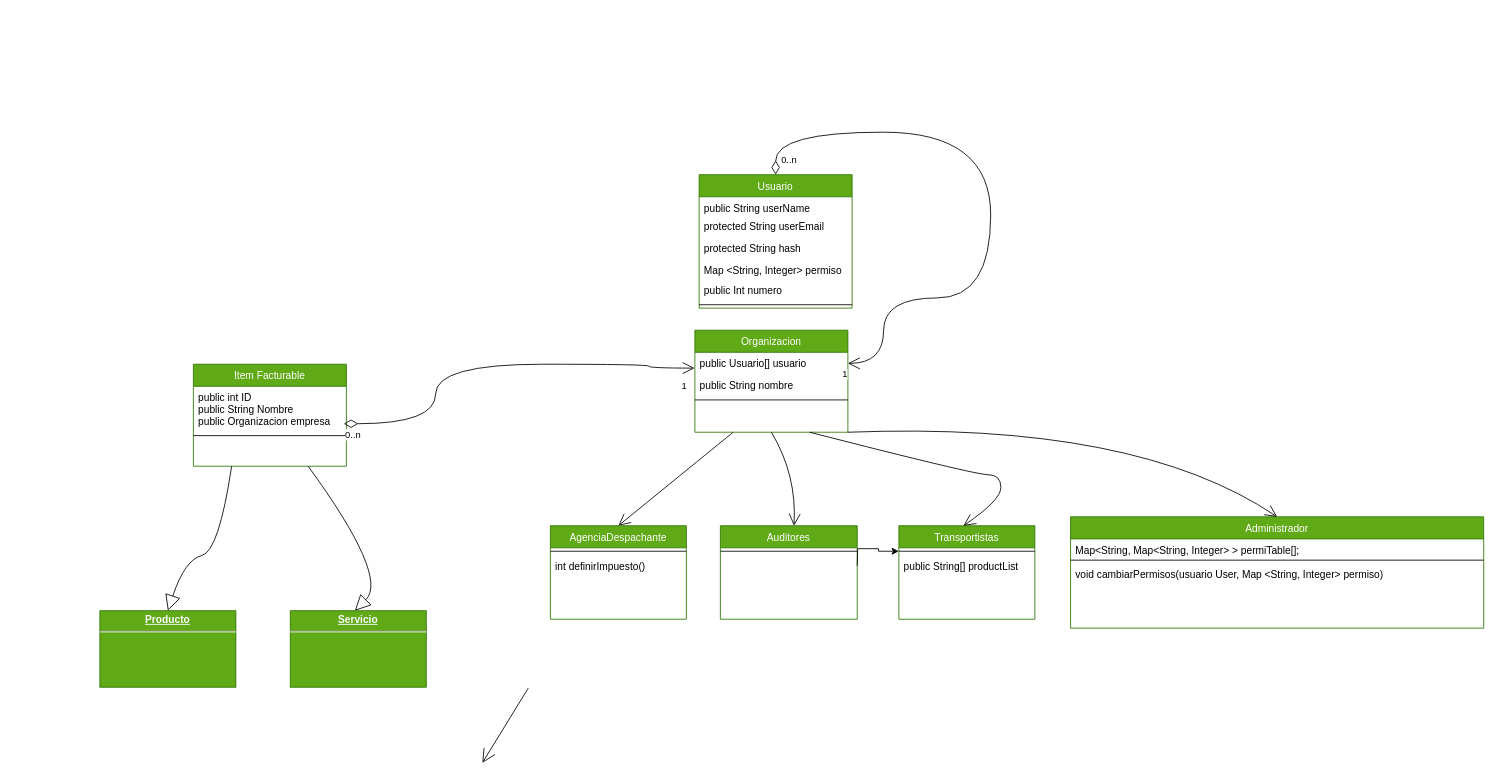
The draw.io diagram Diagram.drawio in CTroya/lp3-java-rest-backend, before the edit. Source tidied: cells renumbered, new cells numbered last; positions are measured from the earlier drawing's top-left corner, leaving out a move shared by most shapes. Both pictures are drawn from the tidied source at 85%, with x=0, y=0 at pixel (99, 132).
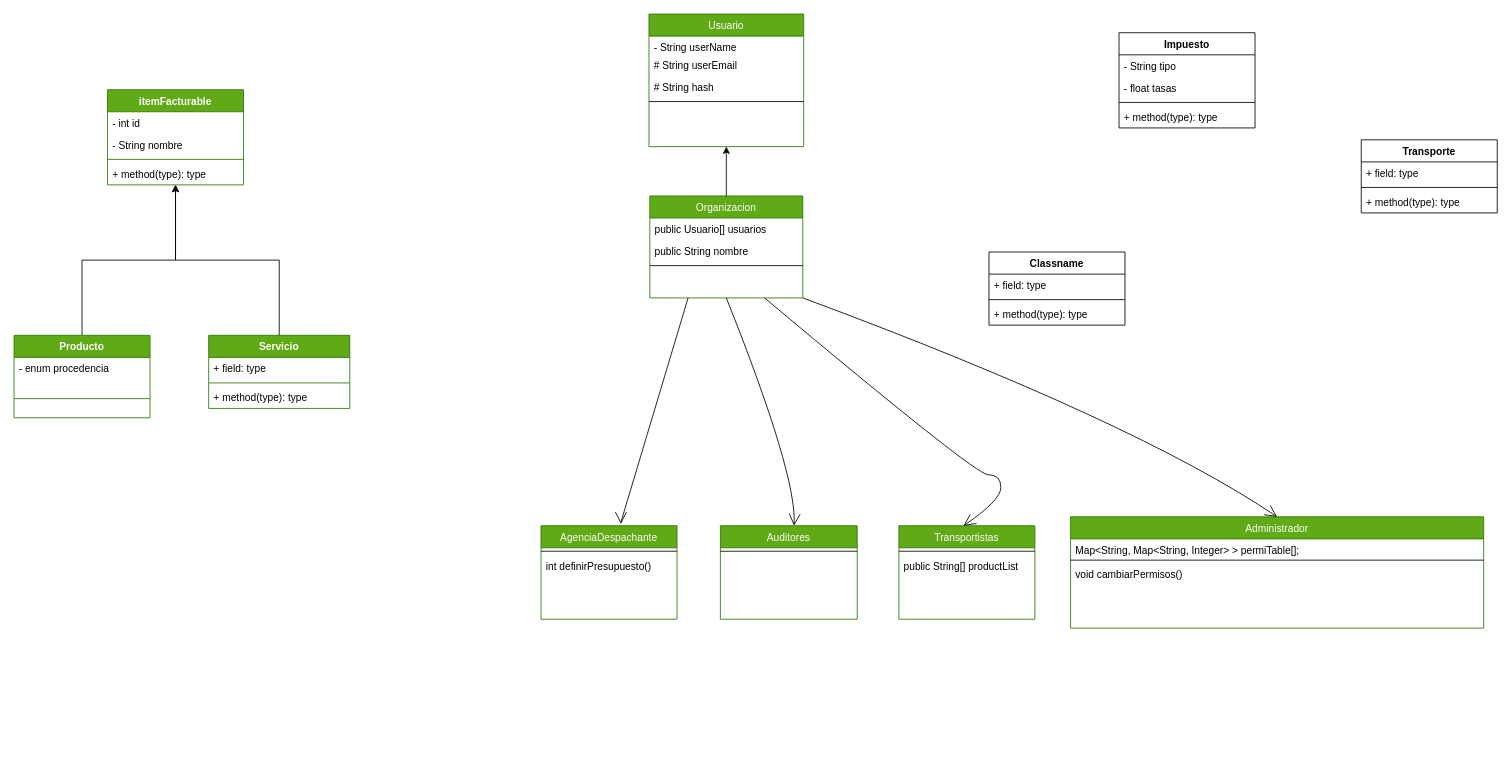
The same diagram, later.

Unchanged cells that the change refers to:
```xml
<mxCell id="31" style="line;html=1;strokeWidth=1;align=left;verticalAlign=middle;spacingTop=-1;spacingLeft=3;spacingRight=3;labelPosition=right;points=[];portConstraint=eastwest;" parent="30" vertex="1">
  <mxGeometry y="26" width="160" height="8" as="geometry" />
</mxCell>
<mxCell id="37" value="Administrador" style="swimlane;fontStyle=0;align=center;verticalAlign=top;horizontal=1;startSize=26;rounded=0;shadow=0;strokeWidth=1;fillColor=#60a917;strokeColor=#2D7600;fontColor=#ffffff;" parent="1" vertex="1">
  <mxGeometry x="1142" y="452.5" width="486" height="131" as="geometry" />
</mxCell>
```

Change to the diagram source:
```diff
@@
-    <mxCell id="2" value="Item Facturable" style="swimlane;fontStyle=0;align=center;verticalAlign=top;horizontal=1;startSize=26;rounded=0;shadow=0;strokeWidth=1;fillColor=#60a917;strokeColor=#2D7600;fontColor=#ffffff;" parent="1" vertex="1">
-      <mxGeometry x="110" y="273" width="180" height="120" as="geometry" />
-    </mxCell>
-    <mxCell id="3" value="public int ID&#10;public String Nombre &#10;public Organizacion empresa" style="text;align=left;verticalAlign=top;spacingLeft=4;spacingRight=4;overflow=hidden;rounded=0;shadow=0;html=0;" parent="2" vertex="1">
-      <mxGeometry y="26" width="180" height="54" as="geometry" />
-    </mxCell>
-    <mxCell id="4" style="line;html=1;strokeWidth=1;align=left;verticalAlign=middle;spacingTop=-1;spacingLeft=3;spacingRight=3;labelPosition=right;" parent="2" vertex="1">
-      <mxGeometry y="80" width="180" height="8" as="geometry" />
-    </mxCell>
-    <mxCell id="5" style="endArrow=block;endSize=16;endFill=0;html=1;rounded=0;sourcePerimeterSpacing=8;targetPerimeterSpacing=8;curved=1;entryX=0.475;entryY=0;entryDx=0;entryDy=0;entryPerimeter=0;exitX=0.75;exitY=1;exitDx=0;exitDy=0;" parent="1" edge="1" source="2" target="8">
-      <mxGeometry x="-0.19" y="-1" relative="1" as="geometry">
-        <Array as="points">
-          <mxPoint x="340" y="523" />
-        </Array>
-      </mxGeometry>
-    </mxCell>
-    <mxCell id="6" value="&lt;p style=&quot;margin:0px;margin-top:4px;text-align:center;text-decoration:underline;&quot;&gt;&lt;b&gt;Producto&lt;/b&gt;&lt;/p&gt;&lt;hr&gt;&lt;p style=&quot;margin:0px;margin-left:8px;&quot;&gt;&lt;br&gt;&lt;/p&gt;" style="verticalAlign=top;align=left;overflow=fill;fontSize=12;fontFamily=Helvetica;html=1;fillColor=#60a917;fontColor=#ffffff;strokeColor=#2D7600;" parent="1" vertex="1">
-      <mxGeometry y="563" width="160" height="90" as="geometry" />
-    </mxCell>
-    <mxCell id="7" style="endArrow=block;endSize=16;endFill=0;html=1;rounded=0;sourcePerimeterSpacing=8;targetPerimeterSpacing=8;curved=1;entryX=0.5;entryY=0;entryDx=0;entryDy=0;exitX=0.25;exitY=1;exitDx=0;exitDy=0;" parent="1" edge="1" source="2" target="6">
-      <mxGeometry x="0.08" y="-42" relative="1" as="geometry">
-        <Array as="points">
-          <mxPoint x="140" y="493" />
-          <mxPoint x="100" y="503" />
-        </Array>
-      </mxGeometry>
-    </mxCell>
-    <mxCell id="8" value="&lt;p style=&quot;margin:0px;margin-top:4px;text-align:center;text-decoration:underline;&quot;&gt;&lt;b&gt;Servicio&lt;/b&gt;&lt;/p&gt;&lt;hr&gt;&lt;p style=&quot;margin:0px;margin-left:8px;&quot;&gt;&lt;br&gt;&lt;/p&gt;" style="verticalAlign=top;align=left;overflow=fill;fontSize=12;fontFamily=Helvetica;html=1;fillColor=#60a917;fontColor=#ffffff;strokeColor=#2D7600;" parent="1" vertex="1">
-      <mxGeometry x="224" y="563" width="160" height="90" as="geometry" />
-    </mxCell>
     <mxCell id="9" value="Usuario" style="swimlane;fontStyle=0;align=center;verticalAlign=top;horizontal=1;startSize=26;rounded=0;shadow=0;strokeWidth=1;fillColor=#60a917;strokeColor=#2D7600;fontColor=#ffffff;" parent="1" vertex="1">
-      <mxGeometry x="705" y="50" width="180" height="157" as="geometry" />
+      <mxGeometry x="646" y="-139" width="182" height="156" as="geometry" />
     </mxCell>
-    <mxCell id="10" value="public String userName" style="text;align=left;verticalAlign=top;spacingLeft=4;spacingRight=4;overflow=hidden;rounded=0;shadow=0;html=0;" parent="9" vertex="1">
-      <mxGeometry y="26" width="180" height="21" as="geometry" />
+    <mxCell id="10" value="- String userName" style="text;align=left;verticalAlign=top;spacingLeft=4;spacingRight=4;overflow=hidden;rounded=0;shadow=0;html=0;" parent="9" vertex="1">
+      <mxGeometry y="26" width="182" height="21" as="geometry" />
     </mxCell>
-    <mxCell id="11" value="protected String userEmail" style="text;strokeColor=none;fillColor=none;align=left;verticalAlign=top;spacingLeft=4;spacingRight=4;overflow=hidden;" parent="9" vertex="1">
-      <mxGeometry y="47" width="180" height="26" as="geometry" />
+    <mxCell id="11" value="# String userEmail" style="text;strokeColor=none;fillColor=none;align=left;verticalAlign=top;spacingLeft=4;spacingRight=4;overflow=hidden;" parent="9" vertex="1">
+      <mxGeometry y="47" width="182" height="26" as="geometry" />
     </mxCell>
-    <mxCell id="12" value="protected String hash" style="text;strokeColor=none;fillColor=none;align=left;verticalAlign=top;spacingLeft=4;spacingRight=4;overflow=hidden;" parent="9" vertex="1">
-      <mxGeometry y="73" width="180" height="26" as="geometry" />
+    <mxCell id="12" value="# String hash" style="text;strokeColor=none;fillColor=none;align=left;verticalAlign=top;spacingLeft=4;spacingRight=4;overflow=hidden;" parent="9" vertex="1">
+      <mxGeometry y="73" width="182" height="26" as="geometry" />
     </mxCell>
-    <mxCell id="13" value="Map &lt;String, Integer&gt; permiso" style="text;strokeColor=none;fillColor=none;align=left;verticalAlign=top;spacingLeft=4;spacingRight=4;overflow=hidden;" parent="9" vertex="1">
-      <mxGeometry y="99" width="180" height="24" as="geometry" />
-    </mxCell>
-    <mxCell id="14" value="public Int numero" style="text;strokeColor=none;fillColor=none;align=left;verticalAlign=top;spacingLeft=4;spacingRight=4;overflow=hidden;" parent="9" vertex="1">
-      <mxGeometry y="123" width="180" height="26" as="geometry" />
-    </mxCell>
     <mxCell id="15" style="line;html=1;strokeWidth=1;align=left;verticalAlign=middle;spacingTop=-1;spacingLeft=3;spacingRight=3;labelPosition=right;" parent="9" vertex="1">
-      <mxGeometry y="149" width="180" height="8" as="geometry" />
+      <mxGeometry y="99" width="182" height="8" as="geometry" />
     </mxCell>
+    <mxCell id="44" style="edgeStyle=orthogonalEdgeStyle;rounded=0;jettySize=auto;html=1;entryX=0.5;entryY=1;entryDx=0;entryDy=0;" parent="1" edge="1" source="16" target="9">
+      <mxGeometry relative="1" as="geometry" />
+    </mxCell>
     <mxCell id="16" value="Organizacion" style="swimlane;fontStyle=0;align=center;verticalAlign=top;horizontal=1;startSize=26;rounded=0;shadow=0;strokeWidth=1;fillColor=#60a917;strokeColor=#2D7600;fontColor=#ffffff;" parent="1" vertex="1">
-      <mxGeometry x="700" y="233" width="180" height="120" as="geometry" />
+      <mxGeometry x="647" y="75" width="180" height="120" as="geometry" />
     </mxCell>
-    <mxCell id="17" value="public Usuario[] usuario" style="text;strokeColor=none;fillColor=none;align=left;verticalAlign=top;spacingLeft=4;spacingRight=4;overflow=hidden;points=[[0,0.5],[1,0.5]];portConstraint=eastwest;" parent="16" vertex="1">
+    <mxCell id="17" value="public Usuario[] usuarios" style="text;strokeColor=none;fillColor=none;align=left;verticalAlign=top;spacingLeft=4;spacingRight=4;overflow=hidden;points=[[0,0.5],[1,0.5]];portConstraint=eastwest;" parent="16" vertex="1">
       <mxGeometry y="26" width="180" height="26" as="geometry" />
     </mxCell>
@@
-    <mxCell id="20" style="endArrow=open;html=1;endSize=12;startArrow=diamondThin;startSize=14;startFill=0;edgeStyle=orthogonalEdgeStyle;rounded=0;sourcePerimeterSpacing=8;targetPerimeterSpacing=8;curved=1;entryX=-0.002;entryY=0.714;entryDx=0;entryDy=0;entryPerimeter=0;" parent="1" edge="1" target="17">
-      <mxGeometry relative="1" as="geometry">
-        <mxPoint x="287" y="343" as="sourcePoint" />
-        <Array as="points">
-          <mxPoint x="395" y="343" />
-          <mxPoint x="395" y="273" />
-          <mxPoint x="646" y="273" />
-          <mxPoint x="646" y="278" />
-        </Array>
-      </mxGeometry>
-    </mxCell>
-    <mxCell id="21" value="0..n" style="edgeLabel;html=1;align=left;verticalAlign=top;" parent="20" vertex="1">
-      <mxGeometry x="-1" relative="1" as="geometry" />
-    </mxCell>
-    <mxCell id="22" value="1" style="edgeLabel;html=1;align=right;verticalAlign=top;" parent="20" vertex="1">
-      <mxGeometry x="1" relative="1" as="geometry">
-        <mxPoint x="-8" y="8" as="offset" />
-      </mxGeometry>
-    </mxCell>
     <mxCell id="23" style="endArrow=open;endFill=1;endSize=12;html=1;rounded=0;sourcePerimeterSpacing=8;targetPerimeterSpacing=8;curved=1;exitX=0.25;exitY=1;exitDx=0;exitDy=0;" parent="1" edge="1" source="16">
       <mxGeometry relative="1" as="geometry">
-        <mxPoint x="610" y="463" as="targetPoint" />
+        <mxPoint x="613" y="461" as="targetPoint" />
+        <Array as="points">
+          <mxPoint x="613" y="459" />
+        </Array>
       </mxGeometry>
     </mxCell>
     <mxCell id="24" value="AgenciaDespachante" style="swimlane;fontStyle=0;align=center;verticalAlign=top;horizontal=1;startSize=26;rounded=0;shadow=0;strokeWidth=1;fillColor=#60a917;strokeColor=#2D7600;fontColor=#ffffff;" parent="1" vertex="1">
-      <mxGeometry x="530" y="463" width="160" height="110" as="geometry" />
+      <mxGeometry x="519" y="463" width="160" height="110" as="geometry" />
     </mxCell>
@@
-    <mxCell id="26" value="int definirImpuesto()" style="text;strokeColor=none;fillColor=none;align=left;verticalAlign=top;spacingLeft=4;spacingRight=4;overflow=hidden;" parent="24" vertex="1">
+    <mxCell id="26" value="int definirPresupuesto()" style="text;strokeColor=none;fillColor=none;align=left;verticalAlign=top;spacingLeft=4;spacingRight=4;overflow=hidden;" parent="24" vertex="1">
       <mxGeometry y="34" width="160" height="26" as="geometry" />
     </mxCell>
@@
-    <mxCell id="34" style="endArrow=open;html=1;endSize=12;startArrow=diamondThin;startSize=14;startFill=0;edgeStyle=orthogonalEdgeStyle;rounded=0;sourcePerimeterSpacing=8;targetPerimeterSpacing=8;curved=1;exitX=0.5;exitY=0;exitDx=0;exitDy=0;entryX=1;entryY=0.5;entryDx=0;entryDy=0;" parent="1" edge="1" source="9" target="17">
-      <mxGeometry relative="1" as="geometry">
-        <Array as="points">
-          <mxPoint x="795" />
-          <mxPoint x="1048" />
-          <mxPoint x="1048" y="195" />
-          <mxPoint x="922" y="195" />
-          <mxPoint x="922" y="272" />
-        </Array>
-      </mxGeometry>
-    </mxCell>
-    <mxCell id="35" value="0..n" style="edgeLabel;html=1;align=left;verticalAlign=top;" parent="34" vertex="1">
-      <mxGeometry x="-1" relative="1" as="geometry">
-        <mxPoint x="5" y="-30" as="offset" />
-      </mxGeometry>
-    </mxCell>
-    <mxCell id="36" value="1" style="edgeLabel;html=1;align=right;verticalAlign=top;" parent="34" vertex="1">
-      <mxGeometry x="1" relative="1" as="geometry" />
-    </mxCell>
@@
-    <mxCell id="40" value="void cambiarPermisos(usuario User, Map &lt;String, Integer&gt; permiso)" style="text;strokeColor=none;fillColor=none;align=left;verticalAlign=top;spacingLeft=4;spacingRight=4;overflow=hidden;" parent="37" vertex="1">
+    <mxCell id="40" value="void cambiarPermisos()" style="text;strokeColor=none;fillColor=none;align=left;verticalAlign=top;spacingLeft=4;spacingRight=4;overflow=hidden;" parent="37" vertex="1">
       <mxGeometry y="55" width="486" height="26" as="geometry" />
     </mxCell>
@@
-    <mxCell id="42" style="edgeStyle=orthogonalEdgeStyle;rounded=0;jettySize=auto;html=1;" parent="1" edge="1" target="31">
-      <mxGeometry relative="1" as="geometry">
-        <mxPoint x="891" y="510" as="sourcePoint" />
-      </mxGeometry>
-    </mxCell>
-    <mxCell id="43" style="edgeStyle=none;orthogonalLoop=1;jettySize=auto;html=1;rounded=0;fontSize=12;endArrow=open;startSize=14;endSize=14;sourcePerimeterSpacing=8;targetPerimeterSpacing=8;curved=1;" parent="1" edge="1">
-      <mxGeometry relative="1" as="geometry">
-        <mxPoint x="504" y="654" as="sourcePoint" />
-        <mxPoint x="450" y="742" as="targetPoint" />
-      </mxGeometry>
-    </mxCell>
+    <mxCell id="45" style="edgeStyle=orthogonalEdgeStyle;rounded=0;jettySize=auto;html=1;" parent="1" edge="1" source="6" target="48">
+      <mxGeometry relative="1" as="geometry" />
+    </mxCell>
+    <mxCell id="6" value="Producto" style="swimlane;fontStyle=1;align=center;verticalAlign=top;horizontal=1;startSize=26;fillColor=#60a917;fontColor=#ffffff;strokeColor=#2D7600;" parent="1" vertex="1">
+      <mxGeometry x="-101" y="239" width="160" height="97" as="geometry" />
+    </mxCell>
+    <mxCell id="46" value="- enum procedencia" style="text;strokeColor=none;fillColor=none;align=left;verticalAlign=top;spacingLeft=4;spacingRight=4;overflow=hidden;" parent="6" vertex="1">
+      <mxGeometry y="26" width="160" height="26" as="geometry" />
+    </mxCell>
+    <mxCell id="47" style="line;strokeWidth=1;fillColor=none;align=left;verticalAlign=middle;spacingTop=-1;spacingLeft=3;spacingRight=3;labelPosition=right;strokeColor=inherit;" parent="6" vertex="1">
+      <mxGeometry y="52" width="160" height="45" as="geometry" />
+    </mxCell>
+    <mxCell id="48" value="itemFacturable" style="swimlane;fontStyle=1;align=center;verticalAlign=top;horizontal=1;startSize=26;fillColor=#60a917;fontColor=#ffffff;strokeColor=#2D7600;" parent="1" vertex="1">
+      <mxGeometry x="9" y="-50" width="160" height="112" as="geometry" />
+    </mxCell>
+    <mxCell id="49" value="- int id" style="text;strokeColor=none;fillColor=none;align=left;verticalAlign=top;spacingLeft=4;spacingRight=4;overflow=hidden;" parent="48" vertex="1">
+      <mxGeometry y="26" width="160" height="26" as="geometry" />
+    </mxCell>
+    <mxCell id="50" value="- String nombre" style="text;strokeColor=none;fillColor=none;align=left;verticalAlign=top;spacingLeft=4;spacingRight=4;overflow=hidden;" parent="48" vertex="1">
+      <mxGeometry y="52" width="160" height="26" as="geometry" />
+    </mxCell>
+    <mxCell id="51" style="line;strokeWidth=1;fillColor=none;align=left;verticalAlign=middle;spacingTop=-1;spacingLeft=3;spacingRight=3;labelPosition=right;strokeColor=inherit;" parent="48" vertex="1">
+      <mxGeometry y="78" width="160" height="8" as="geometry" />
+    </mxCell>
+    <mxCell id="52" value="+ method(type): type" style="text;strokeColor=none;fillColor=none;align=left;verticalAlign=top;spacingLeft=4;spacingRight=4;overflow=hidden;" parent="48" vertex="1">
+      <mxGeometry y="86" width="160" height="26" as="geometry" />
+    </mxCell>
+    <mxCell id="53" value="Transporte" style="swimlane;fontStyle=1;align=center;verticalAlign=top;horizontal=1;startSize=26;" parent="1" vertex="1">
+      <mxGeometry x="1484" y="9" width="160" height="86" as="geometry" />
+    </mxCell>
+    <mxCell id="54" value="+ field: type" style="text;strokeColor=none;fillColor=none;align=left;verticalAlign=top;spacingLeft=4;spacingRight=4;overflow=hidden;" parent="53" vertex="1">
+      <mxGeometry y="26" width="160" height="26" as="geometry" />
+    </mxCell>
+    <mxCell id="55" style="line;strokeWidth=1;fillColor=none;align=left;verticalAlign=middle;spacingTop=-1;spacingLeft=3;spacingRight=3;labelPosition=right;strokeColor=inherit;" parent="53" vertex="1">
+      <mxGeometry y="52" width="160" height="8" as="geometry" />
+    </mxCell>
+    <mxCell id="56" value="+ method(type): type" style="text;strokeColor=none;fillColor=none;align=left;verticalAlign=top;spacingLeft=4;spacingRight=4;overflow=hidden;" parent="53" vertex="1">
+      <mxGeometry y="60" width="160" height="26" as="geometry" />
+    </mxCell>
+    <mxCell id="57" style="edgeStyle=orthogonalEdgeStyle;rounded=0;jettySize=auto;html=1;" parent="1" edge="1" source="8" target="48">
+      <mxGeometry relative="1" as="geometry" />
+    </mxCell>
+    <mxCell id="8" value="Servicio" style="swimlane;fontStyle=1;align=center;verticalAlign=top;horizontal=1;startSize=26;fillColor=#60a917;fontColor=#ffffff;strokeColor=#2D7600;" parent="1" vertex="1">
+      <mxGeometry x="128" y="239" width="166" height="86" as="geometry" />
+    </mxCell>
+    <mxCell id="58" value="+ field: type" style="text;strokeColor=none;fillColor=none;align=left;verticalAlign=top;spacingLeft=4;spacingRight=4;overflow=hidden;" parent="8" vertex="1">
+      <mxGeometry y="26" width="166" height="26" as="geometry" />
+    </mxCell>
+    <mxCell id="59" style="line;strokeWidth=1;fillColor=none;align=left;verticalAlign=middle;spacingTop=-1;spacingLeft=3;spacingRight=3;labelPosition=right;strokeColor=inherit;" parent="8" vertex="1">
+      <mxGeometry y="52" width="166" height="8" as="geometry" />
+    </mxCell>
+    <mxCell id="60" value="+ method(type): type" style="text;strokeColor=none;fillColor=none;align=left;verticalAlign=top;spacingLeft=4;spacingRight=4;overflow=hidden;" parent="8" vertex="1">
+      <mxGeometry y="60" width="166" height="26" as="geometry" />
+    </mxCell>
+    <mxCell id="61" value="Classname" style="swimlane;fontStyle=1;align=center;verticalAlign=top;horizontal=1;startSize=26;" parent="1" vertex="1">
+      <mxGeometry x="1046" y="141" width="160" height="86" as="geometry" />
+    </mxCell>
+    <mxCell id="62" value="+ field: type" style="text;strokeColor=none;fillColor=none;align=left;verticalAlign=top;spacingLeft=4;spacingRight=4;overflow=hidden;" parent="61" vertex="1">
+      <mxGeometry y="26" width="160" height="26" as="geometry" />
+    </mxCell>
+    <mxCell id="63" style="line;strokeWidth=1;fillColor=none;align=left;verticalAlign=middle;spacingTop=-1;spacingLeft=3;spacingRight=3;labelPosition=right;strokeColor=inherit;" parent="61" vertex="1">
+      <mxGeometry y="52" width="160" height="8" as="geometry" />
+    </mxCell>
+    <mxCell id="64" value="+ method(type): type" style="text;strokeColor=none;fillColor=none;align=left;verticalAlign=top;spacingLeft=4;spacingRight=4;overflow=hidden;" parent="61" vertex="1">
+      <mxGeometry y="60" width="160" height="26" as="geometry" />
+    </mxCell>
+    <mxCell id="65" value="Impuesto" style="swimlane;fontStyle=1;align=center;verticalAlign=top;horizontal=1;startSize=26;" parent="1" vertex="1">
+      <mxGeometry x="1199" y="-117" width="160" height="112" as="geometry" />
+    </mxCell>
+    <mxCell id="66" value="- String tipo" style="text;strokeColor=none;fillColor=none;align=left;verticalAlign=top;spacingLeft=4;spacingRight=4;overflow=hidden;" parent="65" vertex="1">
+      <mxGeometry y="26" width="160" height="26" as="geometry" />
+    </mxCell>
+    <mxCell id="67" value="- float tasas" style="text;strokeColor=none;fillColor=none;align=left;verticalAlign=top;spacingLeft=4;spacingRight=4;overflow=hidden;" parent="65" vertex="1">
+      <mxGeometry y="52" width="160" height="26" as="geometry" />
+    </mxCell>
+    <mxCell id="68" style="line;strokeWidth=1;fillColor=none;align=left;verticalAlign=middle;spacingTop=-1;spacingLeft=3;spacingRight=3;labelPosition=right;strokeColor=inherit;" parent="65" vertex="1">
+      <mxGeometry y="78" width="160" height="8" as="geometry" />
+    </mxCell>
+    <mxCell id="69" value="+ method(type): type" style="text;strokeColor=none;fillColor=none;align=left;verticalAlign=top;spacingLeft=4;spacingRight=4;overflow=hidden;" parent="65" vertex="1">
+      <mxGeometry y="86" width="160" height="26" as="geometry" />
+    </mxCell>
```
